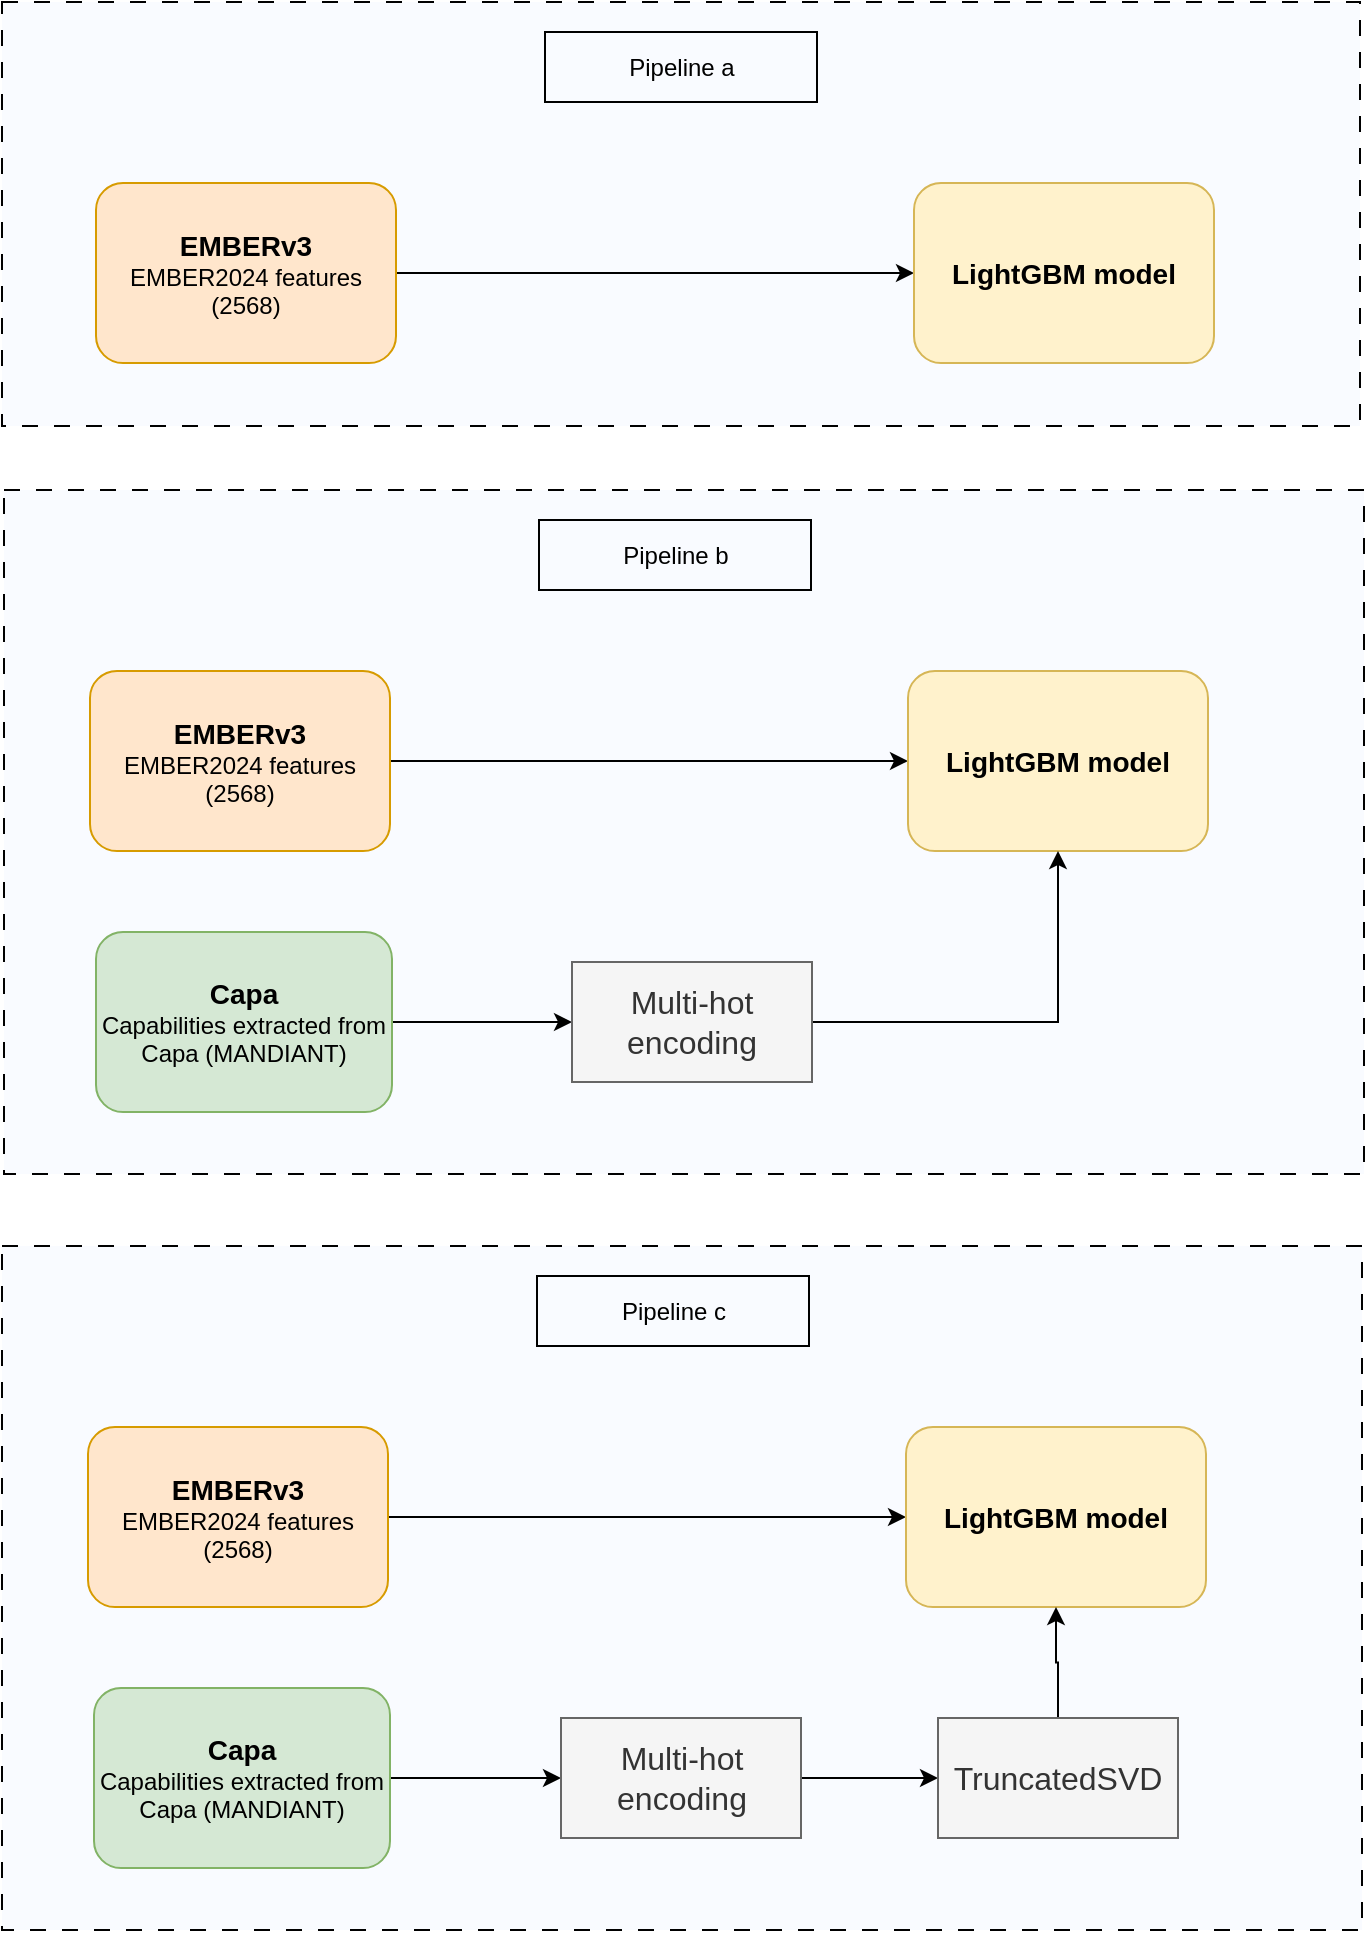
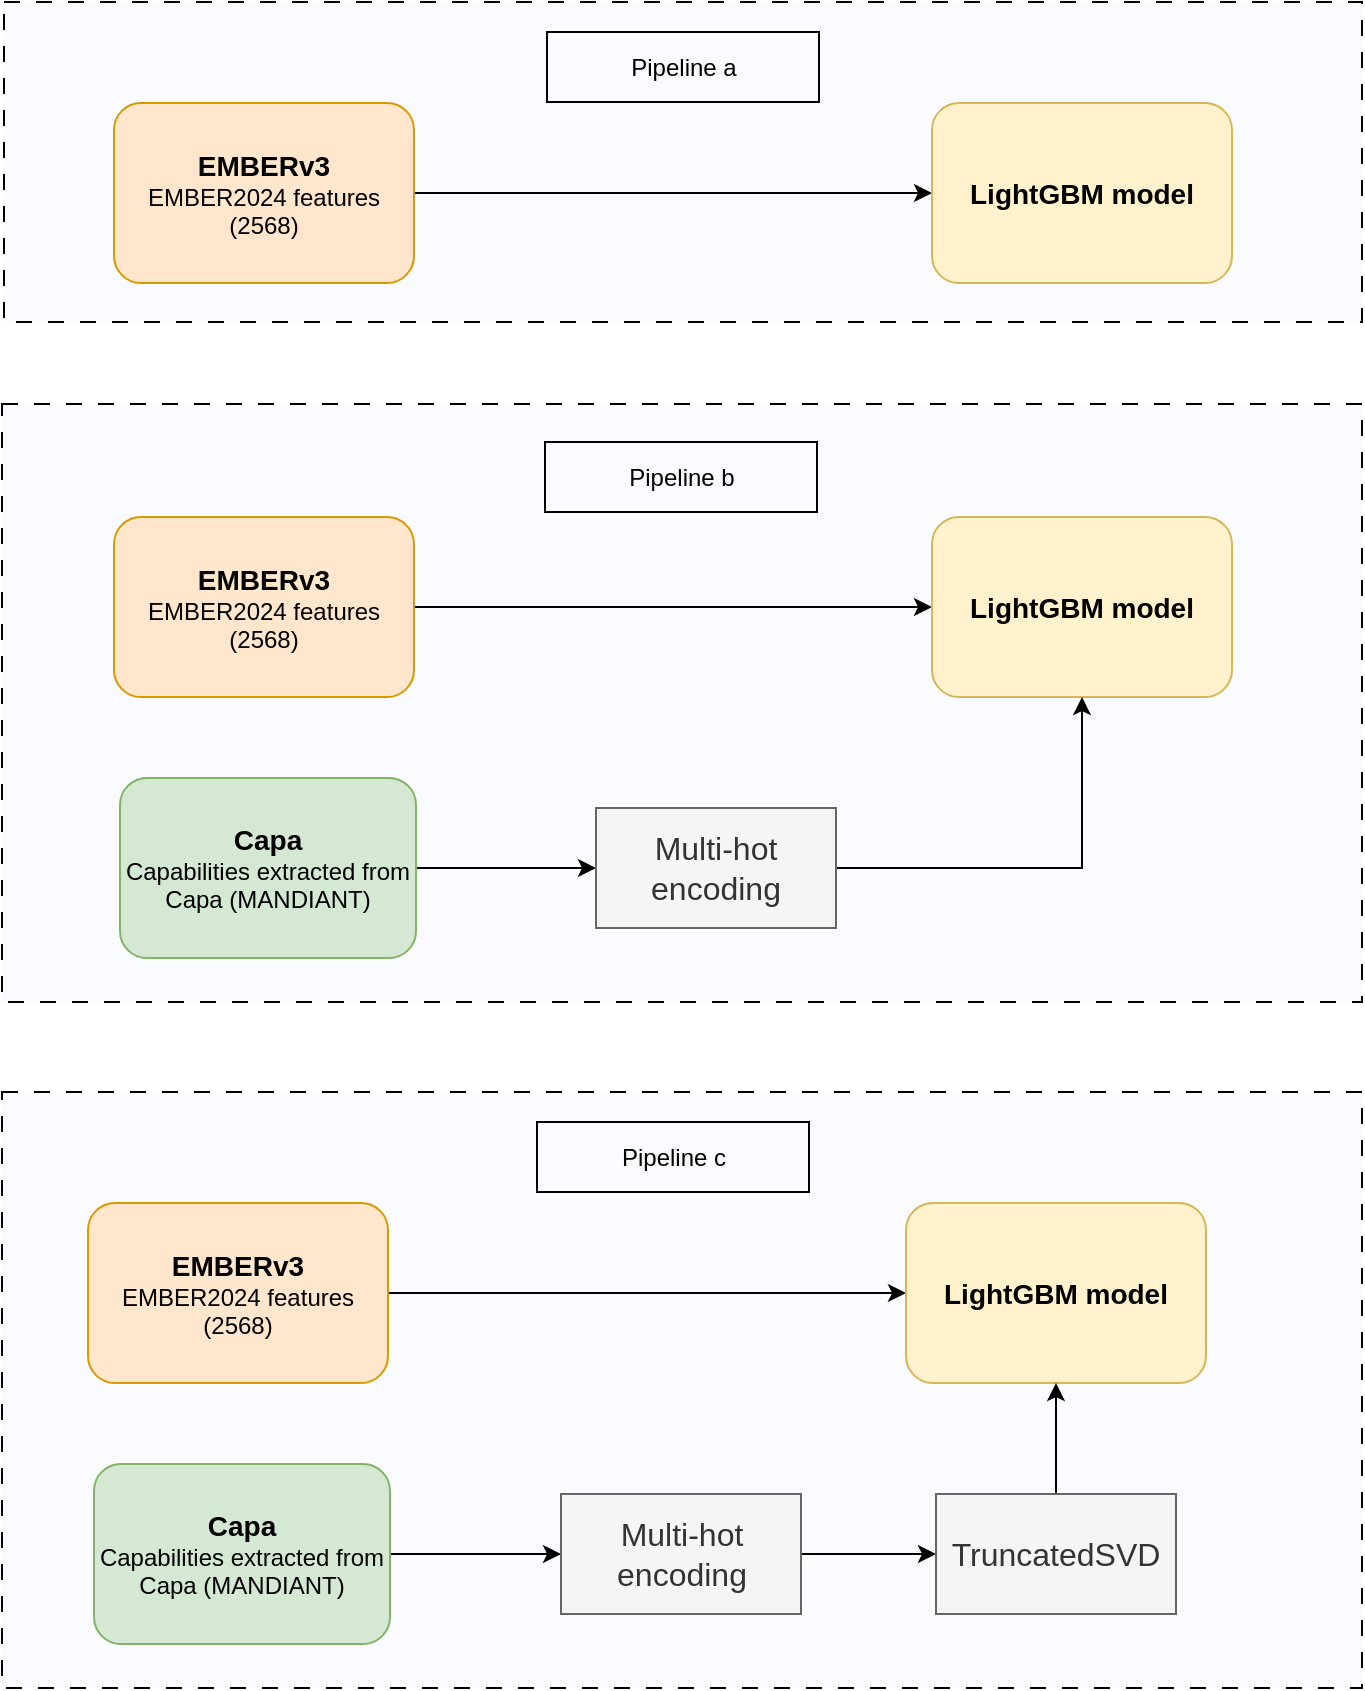
<mxfile host="Electron" agent="Mozilla/5.0 (X11; Linux x86_64) AppleWebKit/537.36 (KHTML, like Gecko) draw.io/29.0.3 Chrome/140.0.7339.249 Electron/38.7.0 Safari/537.36" version="29.0.3">
  <diagram name="Page-1" id="2LecRuXytexnynSbgQt3">
-     <mxGraphModel dx="2505" dy="981" grid="0" gridSize="10" guides="1" tooltips="1" connect="1" arrows="1" fold="1" page="1" pageScale="1" pageWidth="827" pageHeight="1169" math="0" shadow="0">
+     <mxGraphModel dx="2253" dy="834" grid="0" gridSize="10" guides="1" tooltips="1" connect="1" arrows="1" fold="1" page="1" pageScale="1" pageWidth="827" pageHeight="1169" math="0" shadow="0">
      <root>
        <mxCell id="0" />
        <mxCell id="1" parent="0" />
-         <mxCell id="FajBcIWPRI7yKnnv2RGB-2" value="" style="rounded=0;whiteSpace=wrap;html=1;fillColor=#F9FBFF;dashed=1;dashPattern=8 8;" vertex="1" parent="1">
-           <mxGeometry x="-758" y="62" width="679" height="212" as="geometry" />
+         <mxCell id="FajBcIWPRI7yKnnv2RGB-2" value="" style="rounded=0;whiteSpace=wrap;html=1;fillColor=#F9FBFF;dashed=1;dashPattern=8 8;" parent="1" vertex="1">
+           <mxGeometry x="-758" y="62" width="679" height="160" as="geometry" />
        </mxCell>
-         <mxCell id="FajBcIWPRI7yKnnv2RGB-4" style="edgeStyle=orthogonalEdgeStyle;rounded=0;orthogonalLoop=1;jettySize=auto;html=1;entryX=0;entryY=0.5;entryDx=0;entryDy=0;" edge="1" parent="1" source="ybxV2-9zJp-cH0ALqbZ4-4" target="ybxV2-9zJp-cH0ALqbZ4-5">
+         <mxCell id="FajBcIWPRI7yKnnv2RGB-4" style="edgeStyle=orthogonalEdgeStyle;rounded=0;orthogonalLoop=1;jettySize=auto;html=1;entryX=0;entryY=0.5;entryDx=0;entryDy=0;" parent="1" source="ybxV2-9zJp-cH0ALqbZ4-4" target="ybxV2-9zJp-cH0ALqbZ4-5" edge="1">
          <mxGeometry relative="1" as="geometry" />
        </mxCell>
        <mxCell id="ybxV2-9zJp-cH0ALqbZ4-4" value="&lt;font style=&quot;font-size: 14px;&quot;&gt;&lt;b&gt;EMBERv3&lt;/b&gt;&lt;/font&gt;&lt;div&gt;EMBER2024 features (2568)&lt;/div&gt;" style="rounded=1;whiteSpace=wrap;html=1;fillColor=#ffe6cc;strokeColor=#d79b00;" parent="1" vertex="1">
-           <mxGeometry x="-711" y="152.5" width="150" height="90" as="geometry" />
+           <mxGeometry x="-703" y="112.5" width="150" height="90" as="geometry" />
        </mxCell>
        <mxCell id="ybxV2-9zJp-cH0ALqbZ4-5" value="&lt;font style=&quot;font-size: 14px;&quot;&gt;&lt;b&gt;LightGBM model&lt;/b&gt;&lt;/font&gt;" style="rounded=1;whiteSpace=wrap;html=1;fillColor=#fff2cc;strokeColor=#d6b656;" parent="1" vertex="1">
-           <mxGeometry x="-302" y="152.5" width="150" height="90" as="geometry" />
+           <mxGeometry x="-294" y="112.5" width="150" height="90" as="geometry" />
        </mxCell>
-         <mxCell id="FajBcIWPRI7yKnnv2RGB-3" value="Pipeline a" style="rounded=0;whiteSpace=wrap;html=1;fillColor=none;" vertex="1" parent="1">
+         <mxCell id="FajBcIWPRI7yKnnv2RGB-3" value="Pipeline a" style="rounded=0;whiteSpace=wrap;html=1;fillColor=none;" parent="1" vertex="1">
          <mxGeometry x="-486.5" y="77" width="136" height="35" as="geometry" />
        </mxCell>
-         <mxCell id="FajBcIWPRI7yKnnv2RGB-5" value="" style="rounded=0;whiteSpace=wrap;html=1;fillColor=#F9FBFF;dashed=1;dashPattern=8 8;" vertex="1" parent="1">
-           <mxGeometry x="-757" y="306" width="680" height="342" as="geometry" />
+         <mxCell id="FajBcIWPRI7yKnnv2RGB-5" value="" style="rounded=0;whiteSpace=wrap;html=1;fillColor=#F9FBFF;dashed=1;dashPattern=8 8;" parent="1" vertex="1">
+           <mxGeometry x="-759" y="263" width="680" height="299" as="geometry" />
        </mxCell>
-         <mxCell id="FajBcIWPRI7yKnnv2RGB-6" style="edgeStyle=orthogonalEdgeStyle;rounded=0;orthogonalLoop=1;jettySize=auto;html=1;entryX=0;entryY=0.5;entryDx=0;entryDy=0;" edge="1" source="FajBcIWPRI7yKnnv2RGB-7" target="FajBcIWPRI7yKnnv2RGB-8" parent="1">
+         <mxCell id="FajBcIWPRI7yKnnv2RGB-6" style="edgeStyle=orthogonalEdgeStyle;rounded=0;orthogonalLoop=1;jettySize=auto;html=1;entryX=0;entryY=0.5;entryDx=0;entryDy=0;" parent="1" source="FajBcIWPRI7yKnnv2RGB-7" target="FajBcIWPRI7yKnnv2RGB-8" edge="1">
          <mxGeometry relative="1" as="geometry" />
        </mxCell>
-         <mxCell id="FajBcIWPRI7yKnnv2RGB-7" value="&lt;font style=&quot;font-size: 14px;&quot;&gt;&lt;b&gt;EMBERv3&lt;/b&gt;&lt;/font&gt;&lt;div&gt;EMBER2024 features (2568)&lt;/div&gt;" style="rounded=1;whiteSpace=wrap;html=1;fillColor=#ffe6cc;strokeColor=#d79b00;" vertex="1" parent="1">
-           <mxGeometry x="-714" y="396.5" width="150" height="90" as="geometry" />
+         <mxCell id="FajBcIWPRI7yKnnv2RGB-7" value="&lt;font style=&quot;font-size: 14px;&quot;&gt;&lt;b&gt;EMBERv3&lt;/b&gt;&lt;/font&gt;&lt;div&gt;EMBER2024 features (2568)&lt;/div&gt;" style="rounded=1;whiteSpace=wrap;html=1;fillColor=#ffe6cc;strokeColor=#d79b00;" parent="1" vertex="1">
+           <mxGeometry x="-703" y="319.5" width="150" height="90" as="geometry" />
        </mxCell>
-         <mxCell id="FajBcIWPRI7yKnnv2RGB-8" value="&lt;font style=&quot;font-size: 14px;&quot;&gt;&lt;b&gt;LightGBM model&lt;/b&gt;&lt;/font&gt;" style="rounded=1;whiteSpace=wrap;html=1;fillColor=#fff2cc;strokeColor=#d6b656;" vertex="1" parent="1">
-           <mxGeometry x="-305" y="396.5" width="150" height="90" as="geometry" />
+         <mxCell id="FajBcIWPRI7yKnnv2RGB-8" value="&lt;font style=&quot;font-size: 14px;&quot;&gt;&lt;b&gt;LightGBM model&lt;/b&gt;&lt;/font&gt;" style="rounded=1;whiteSpace=wrap;html=1;fillColor=#fff2cc;strokeColor=#d6b656;" parent="1" vertex="1">
+           <mxGeometry x="-294" y="319.5" width="150" height="90" as="geometry" />
        </mxCell>
-         <mxCell id="FajBcIWPRI7yKnnv2RGB-9" value="Pipeline b" style="rounded=0;whiteSpace=wrap;html=1;fillColor=none;" vertex="1" parent="1">
-           <mxGeometry x="-489.5" y="321" width="136" height="35" as="geometry" />
+         <mxCell id="FajBcIWPRI7yKnnv2RGB-9" value="Pipeline b" style="rounded=0;whiteSpace=wrap;html=1;fillColor=none;" parent="1" vertex="1">
+           <mxGeometry x="-487.5" y="282" width="136" height="35" as="geometry" />
        </mxCell>
-         <mxCell id="FajBcIWPRI7yKnnv2RGB-11" style="edgeStyle=orthogonalEdgeStyle;rounded=0;orthogonalLoop=1;jettySize=auto;html=1;entryX=0;entryY=0.5;entryDx=0;entryDy=0;" edge="1" parent="1" source="ybxV2-9zJp-cH0ALqbZ4-15" target="FajBcIWPRI7yKnnv2RGB-10">
+         <mxCell id="FajBcIWPRI7yKnnv2RGB-11" style="edgeStyle=orthogonalEdgeStyle;rounded=0;orthogonalLoop=1;jettySize=auto;html=1;entryX=0;entryY=0.5;entryDx=0;entryDy=0;" parent="1" source="ybxV2-9zJp-cH0ALqbZ4-15" target="FajBcIWPRI7yKnnv2RGB-10" edge="1">
          <mxGeometry relative="1" as="geometry" />
        </mxCell>
        <mxCell id="ybxV2-9zJp-cH0ALqbZ4-15" value="&lt;span style=&quot;font-size: 14px;&quot;&gt;&lt;b&gt;Capa&lt;/b&gt;&lt;/span&gt;&lt;br&gt;&lt;div&gt;Capabilities extracted from Capa (MANDIANT)&lt;/div&gt;" style="rounded=1;whiteSpace=wrap;html=1;fillColor=#d5e8d4;strokeColor=#82b366;" parent="1" vertex="1">
-           <mxGeometry x="-711" y="527" width="148" height="90" as="geometry" />
+           <mxGeometry x="-700" y="450" width="148" height="90" as="geometry" />
        </mxCell>
-         <mxCell id="FajBcIWPRI7yKnnv2RGB-12" style="edgeStyle=orthogonalEdgeStyle;rounded=0;orthogonalLoop=1;jettySize=auto;html=1;entryX=0.5;entryY=1;entryDx=0;entryDy=0;" edge="1" parent="1" source="FajBcIWPRI7yKnnv2RGB-10" target="FajBcIWPRI7yKnnv2RGB-8">
+         <mxCell id="FajBcIWPRI7yKnnv2RGB-12" style="edgeStyle=orthogonalEdgeStyle;rounded=0;orthogonalLoop=1;jettySize=auto;html=1;entryX=0.5;entryY=1;entryDx=0;entryDy=0;" parent="1" source="FajBcIWPRI7yKnnv2RGB-10" target="FajBcIWPRI7yKnnv2RGB-8" edge="1">
          <mxGeometry relative="1" as="geometry" />
        </mxCell>
-         <mxCell id="FajBcIWPRI7yKnnv2RGB-10" value="&lt;font style=&quot;font-size: 16px;&quot;&gt;Multi-hot encoding&lt;/font&gt;" style="rounded=0;whiteSpace=wrap;html=1;fillColor=#f5f5f5;fontColor=#333333;strokeColor=#666666;" vertex="1" parent="1">
-           <mxGeometry x="-473" y="542" width="120" height="60" as="geometry" />
+         <mxCell id="FajBcIWPRI7yKnnv2RGB-10" value="&lt;font style=&quot;font-size: 16px;&quot;&gt;Multi-hot encoding&lt;/font&gt;" style="rounded=0;whiteSpace=wrap;html=1;fillColor=#f5f5f5;fontColor=#333333;strokeColor=#666666;" parent="1" vertex="1">
+           <mxGeometry x="-462" y="465" width="120" height="60" as="geometry" />
        </mxCell>
-         <mxCell id="FajBcIWPRI7yKnnv2RGB-13" value="" style="rounded=0;whiteSpace=wrap;html=1;fillColor=#F9FBFF;dashed=1;dashPattern=8 8;" vertex="1" parent="1">
-           <mxGeometry x="-758" y="684" width="680" height="342" as="geometry" />
+         <mxCell id="FajBcIWPRI7yKnnv2RGB-13" value="" style="rounded=0;whiteSpace=wrap;html=1;fillColor=#F9FBFF;dashed=1;dashPattern=8 8;" parent="1" vertex="1">
+           <mxGeometry x="-759" y="607" width="680" height="298" as="geometry" />
        </mxCell>
-         <mxCell id="FajBcIWPRI7yKnnv2RGB-14" style="edgeStyle=orthogonalEdgeStyle;rounded=0;orthogonalLoop=1;jettySize=auto;html=1;entryX=0;entryY=0.5;entryDx=0;entryDy=0;" edge="1" source="FajBcIWPRI7yKnnv2RGB-15" target="FajBcIWPRI7yKnnv2RGB-16" parent="1">
+         <mxCell id="FajBcIWPRI7yKnnv2RGB-14" style="edgeStyle=orthogonalEdgeStyle;rounded=0;orthogonalLoop=1;jettySize=auto;html=1;entryX=0;entryY=0.5;entryDx=0;entryDy=0;" parent="1" source="FajBcIWPRI7yKnnv2RGB-15" target="FajBcIWPRI7yKnnv2RGB-16" edge="1">
          <mxGeometry relative="1" as="geometry" />
        </mxCell>
-         <mxCell id="FajBcIWPRI7yKnnv2RGB-15" value="&lt;font style=&quot;font-size: 14px;&quot;&gt;&lt;b&gt;EMBERv3&lt;/b&gt;&lt;/font&gt;&lt;div&gt;EMBER2024 features (2568)&lt;/div&gt;" style="rounded=1;whiteSpace=wrap;html=1;fillColor=#ffe6cc;strokeColor=#d79b00;" vertex="1" parent="1">
-           <mxGeometry x="-715" y="774.5" width="150" height="90" as="geometry" />
+         <mxCell id="FajBcIWPRI7yKnnv2RGB-15" value="&lt;font style=&quot;font-size: 14px;&quot;&gt;&lt;b&gt;EMBERv3&lt;/b&gt;&lt;/font&gt;&lt;div&gt;EMBER2024 features (2568)&lt;/div&gt;" style="rounded=1;whiteSpace=wrap;html=1;fillColor=#ffe6cc;strokeColor=#d79b00;" parent="1" vertex="1">
+           <mxGeometry x="-716" y="662.5" width="150" height="90" as="geometry" />
        </mxCell>
-         <mxCell id="FajBcIWPRI7yKnnv2RGB-16" value="&lt;font style=&quot;font-size: 14px;&quot;&gt;&lt;b&gt;LightGBM model&lt;/b&gt;&lt;/font&gt;" style="rounded=1;whiteSpace=wrap;html=1;fillColor=#fff2cc;strokeColor=#d6b656;" vertex="1" parent="1">
-           <mxGeometry x="-306" y="774.5" width="150" height="90" as="geometry" />
+         <mxCell id="FajBcIWPRI7yKnnv2RGB-16" value="&lt;font style=&quot;font-size: 14px;&quot;&gt;&lt;b&gt;LightGBM model&lt;/b&gt;&lt;/font&gt;" style="rounded=1;whiteSpace=wrap;html=1;fillColor=#fff2cc;strokeColor=#d6b656;" parent="1" vertex="1">
+           <mxGeometry x="-307" y="662.5" width="150" height="90" as="geometry" />
        </mxCell>
-         <mxCell id="FajBcIWPRI7yKnnv2RGB-17" value="Pipeline c" style="rounded=0;whiteSpace=wrap;html=1;fillColor=none;" vertex="1" parent="1">
-           <mxGeometry x="-490.5" y="699" width="136" height="35" as="geometry" />
+         <mxCell id="FajBcIWPRI7yKnnv2RGB-17" value="Pipeline c" style="rounded=0;whiteSpace=wrap;html=1;fillColor=none;" parent="1" vertex="1">
+           <mxGeometry x="-491.5" y="622" width="136" height="35" as="geometry" />
        </mxCell>
-         <mxCell id="FajBcIWPRI7yKnnv2RGB-18" style="edgeStyle=orthogonalEdgeStyle;rounded=0;orthogonalLoop=1;jettySize=auto;html=1;entryX=0;entryY=0.5;entryDx=0;entryDy=0;" edge="1" source="FajBcIWPRI7yKnnv2RGB-19" target="FajBcIWPRI7yKnnv2RGB-21" parent="1">
+         <mxCell id="FajBcIWPRI7yKnnv2RGB-18" style="edgeStyle=orthogonalEdgeStyle;rounded=0;orthogonalLoop=1;jettySize=auto;html=1;entryX=0;entryY=0.5;entryDx=0;entryDy=0;" parent="1" source="FajBcIWPRI7yKnnv2RGB-19" target="FajBcIWPRI7yKnnv2RGB-21" edge="1">
          <mxGeometry relative="1" as="geometry" />
        </mxCell>
-         <mxCell id="FajBcIWPRI7yKnnv2RGB-19" value="&lt;span style=&quot;font-size: 14px;&quot;&gt;&lt;b&gt;Capa&lt;/b&gt;&lt;/span&gt;&lt;br&gt;&lt;div&gt;Capabilities extracted from Capa (MANDIANT)&lt;/div&gt;" style="rounded=1;whiteSpace=wrap;html=1;fillColor=#d5e8d4;strokeColor=#82b366;" vertex="1" parent="1">
-           <mxGeometry x="-712" y="905" width="148" height="90" as="geometry" />
+         <mxCell id="FajBcIWPRI7yKnnv2RGB-19" value="&lt;span style=&quot;font-size: 14px;&quot;&gt;&lt;b&gt;Capa&lt;/b&gt;&lt;/span&gt;&lt;br&gt;&lt;div&gt;Capabilities extracted from Capa (MANDIANT)&lt;/div&gt;" style="rounded=1;whiteSpace=wrap;html=1;fillColor=#d5e8d4;strokeColor=#82b366;" parent="1" vertex="1">
+           <mxGeometry x="-713" y="793" width="148" height="90" as="geometry" />
        </mxCell>
-         <mxCell id="FajBcIWPRI7yKnnv2RGB-24" style="edgeStyle=orthogonalEdgeStyle;rounded=0;orthogonalLoop=1;jettySize=auto;html=1;entryX=0;entryY=0.5;entryDx=0;entryDy=0;" edge="1" parent="1" source="FajBcIWPRI7yKnnv2RGB-21" target="FajBcIWPRI7yKnnv2RGB-22">
+         <mxCell id="FajBcIWPRI7yKnnv2RGB-24" style="edgeStyle=orthogonalEdgeStyle;rounded=0;orthogonalLoop=1;jettySize=auto;html=1;entryX=0;entryY=0.5;entryDx=0;entryDy=0;" parent="1" source="FajBcIWPRI7yKnnv2RGB-21" target="FajBcIWPRI7yKnnv2RGB-22" edge="1">
          <mxGeometry relative="1" as="geometry" />
        </mxCell>
-         <mxCell id="FajBcIWPRI7yKnnv2RGB-21" value="&lt;font style=&quot;font-size: 16px;&quot;&gt;Multi-hot encoding&lt;/font&gt;" style="rounded=0;whiteSpace=wrap;html=1;fillColor=#f5f5f5;fontColor=#333333;strokeColor=#666666;" vertex="1" parent="1">
-           <mxGeometry x="-478.5" y="920" width="120" height="60" as="geometry" />
+         <mxCell id="FajBcIWPRI7yKnnv2RGB-21" value="&lt;font style=&quot;font-size: 16px;&quot;&gt;Multi-hot encoding&lt;/font&gt;" style="rounded=0;whiteSpace=wrap;html=1;fillColor=#f5f5f5;fontColor=#333333;strokeColor=#666666;" parent="1" vertex="1">
+           <mxGeometry x="-479.5" y="808" width="120" height="60" as="geometry" />
        </mxCell>
-         <mxCell id="FajBcIWPRI7yKnnv2RGB-25" style="edgeStyle=orthogonalEdgeStyle;rounded=0;orthogonalLoop=1;jettySize=auto;html=1;entryX=0.5;entryY=1;entryDx=0;entryDy=0;" edge="1" parent="1" source="FajBcIWPRI7yKnnv2RGB-22" target="FajBcIWPRI7yKnnv2RGB-16">
+         <mxCell id="FajBcIWPRI7yKnnv2RGB-25" style="edgeStyle=orthogonalEdgeStyle;rounded=0;orthogonalLoop=1;jettySize=auto;html=1;entryX=0.5;entryY=1;entryDx=0;entryDy=0;" parent="1" source="FajBcIWPRI7yKnnv2RGB-22" target="FajBcIWPRI7yKnnv2RGB-16" edge="1">
          <mxGeometry relative="1" as="geometry" />
        </mxCell>
-         <mxCell id="FajBcIWPRI7yKnnv2RGB-22" value="&lt;font style=&quot;font-size: 16px;&quot;&gt;TruncatedSVD&lt;/font&gt;" style="rounded=0;whiteSpace=wrap;html=1;fillColor=#f5f5f5;fontColor=#333333;strokeColor=#666666;" vertex="1" parent="1">
-           <mxGeometry x="-290" y="920" width="120" height="60" as="geometry" />
+         <mxCell id="FajBcIWPRI7yKnnv2RGB-22" value="&lt;font style=&quot;font-size: 16px;&quot;&gt;TruncatedSVD&lt;/font&gt;" style="rounded=0;whiteSpace=wrap;html=1;fillColor=#f5f5f5;fontColor=#333333;strokeColor=#666666;" parent="1" vertex="1">
+           <mxGeometry x="-292" y="808" width="120" height="60" as="geometry" />
        </mxCell>
      </root>
    </mxGraphModel>
  </diagram>
</mxfile>
